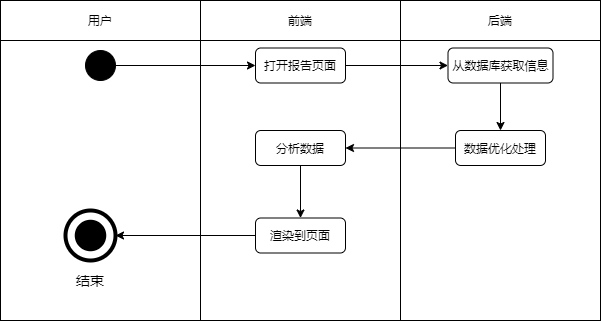
Before: user.bbs-report-show.active.drawio.png, a diagram exported from draw.io (Jater0/Graduation). Source tidied: cells renumbered, new cells last; positions are measured from the earlier drawing's top-left corner, leaving out a move shared by most shapes. Its diagram source:
```xml
<mxGraphModel>
  <root>
    <mxCell id="0" />
    <mxCell id="1" parent="0" />
    <mxCell id="2" style="rounded=0;whiteSpace=wrap;html=1;" parent="1" vertex="1">
      <mxGeometry x="400" y="40" width="200" height="280" as="geometry" />
    </mxCell>
    <mxCell id="3" style="rounded=0;whiteSpace=wrap;html=1;" parent="1" vertex="1">
      <mxGeometry y="40" width="200" height="280" as="geometry" />
    </mxCell>
    <mxCell id="4" style="rounded=0;whiteSpace=wrap;html=1;" parent="1" vertex="1">
      <mxGeometry x="200" y="40" width="200" height="280" as="geometry" />
    </mxCell>
    <mxCell id="5" value="用户" style="rounded=0;whiteSpace=wrap;html=1;" parent="1" vertex="1">
      <mxGeometry width="200" height="40" as="geometry" />
    </mxCell>
    <mxCell id="6" value="前端" style="rounded=0;whiteSpace=wrap;html=1;" parent="1" vertex="1">
      <mxGeometry x="200" width="200" height="40" as="geometry" />
    </mxCell>
    <mxCell id="7" value="后端" style="rounded=0;whiteSpace=wrap;html=1;" parent="1" vertex="1">
      <mxGeometry x="400" width="200" height="40" as="geometry" />
    </mxCell>
    <mxCell id="8" style="edgeStyle=orthogonalEdgeStyle;rounded=0;jettySize=auto;html=1;entryX=0;entryY=0.5;entryDx=0;entryDy=0;" parent="1" edge="1" source="9" target="11">
      <mxGeometry relative="1" as="geometry" />
    </mxCell>
    <mxCell id="9" style="ellipse;whiteSpace=wrap;html=1;background=black;strokeColor=#030303;fillColor=#000000;" parent="1" vertex="1">
      <mxGeometry x="85" y="50" width="30" height="30" as="geometry" />
    </mxCell>
    <mxCell id="10" style="edgeStyle=orthogonalEdgeStyle;rounded=0;jettySize=auto;html=1;exitX=1;exitY=0.5;exitDx=0;exitDy=0;entryX=0;entryY=0.5;entryDx=0;entryDy=0;" parent="1" edge="1" source="11" target="16">
      <mxGeometry relative="1" as="geometry" />
    </mxCell>
    <mxCell id="11" value="打开报告页面" style="rounded=1;whiteSpace=wrap;html=1;" parent="1" vertex="1">
      <mxGeometry x="255" y="47.5" width="90" height="35" as="geometry" />
    </mxCell>
    <mxCell id="12" style="ellipse;whiteSpace=wrap;html=1;rounded=1;strokeColor=#000000;strokeWidth=4;fillColor=none;gradientColor=none;fontSize=14;" parent="1" vertex="1">
      <mxGeometry x="65" y="210" width="50" height="50" as="geometry" />
    </mxCell>
    <mxCell id="13" style="ellipse;whiteSpace=wrap;html=1;rounded=1;strokeWidth=4;fontSize=14;fillColor=#000000;" parent="1" vertex="1">
      <mxGeometry x="76.2" y="221.2" width="27.5" height="27.5" as="geometry" />
    </mxCell>
    <mxCell id="14" value="结束" style="text;html=1;strokeColor=none;fillColor=none;align=center;verticalAlign=middle;whiteSpace=wrap;rounded=0;fontSize=14;" parent="1" vertex="1">
      <mxGeometry x="70" y="270" width="40" height="20" as="geometry" />
    </mxCell>
    <mxCell id="15" style="edgeStyle=orthogonalEdgeStyle;rounded=0;jettySize=auto;html=1;exitX=0.5;exitY=1;exitDx=0;exitDy=0;" parent="1" edge="1" source="16" target="18">
      <mxGeometry relative="1" as="geometry" />
    </mxCell>
    <mxCell id="16" value="从数据库获取信息" style="rounded=1;whiteSpace=wrap;html=1;" parent="1" vertex="1">
      <mxGeometry x="447.5" y="47.5" width="105" height="35" as="geometry" />
    </mxCell>
    <mxCell id="17" style="edgeStyle=orthogonalEdgeStyle;rounded=0;jettySize=auto;html=1;exitX=0;exitY=0.5;exitDx=0;exitDy=0;entryX=1;entryY=0.5;entryDx=0;entryDy=0;" parent="1" edge="1" source="18" target="20">
      <mxGeometry relative="1" as="geometry" />
    </mxCell>
    <mxCell id="18" value="数据优化处理" style="rounded=1;whiteSpace=wrap;html=1;" parent="1" vertex="1">
      <mxGeometry x="455" y="130" width="90" height="35" as="geometry" />
    </mxCell>
    <mxCell id="19" style="edgeStyle=orthogonalEdgeStyle;rounded=0;jettySize=auto;html=1;exitX=0.5;exitY=1;exitDx=0;exitDy=0;entryX=0.5;entryY=0;entryDx=0;entryDy=0;" parent="1" edge="1" source="20" target="22">
      <mxGeometry relative="1" as="geometry" />
    </mxCell>
    <mxCell id="20" value="分析数据" style="rounded=1;whiteSpace=wrap;html=1;" parent="1" vertex="1">
      <mxGeometry x="255" y="130" width="90" height="35" as="geometry" />
    </mxCell>
    <mxCell id="21" style="edgeStyle=orthogonalEdgeStyle;rounded=0;jettySize=auto;html=1;exitX=0;exitY=0.5;exitDx=0;exitDy=0;entryX=1;entryY=0.5;entryDx=0;entryDy=0;" parent="1" edge="1" source="22" target="12">
      <mxGeometry relative="1" as="geometry" />
    </mxCell>
    <mxCell id="22" value="渲染到页面" style="rounded=1;whiteSpace=wrap;html=1;" parent="1" vertex="1">
      <mxGeometry x="255" y="217.5" width="90" height="35" as="geometry" />
    </mxCell>
  </root>
</mxGraphModel>
```
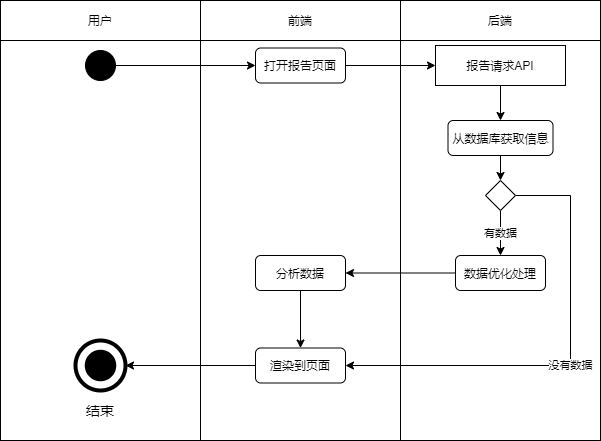
The same diagram one commit later.

The edit, as a diff of the source:
```diff
@@ -3,13 +3,13 @@
     <mxCell id="0" />
     <mxCell id="1" parent="0" />
     <mxCell id="2" style="rounded=0;whiteSpace=wrap;html=1;" parent="1" vertex="1">
-      <mxGeometry x="400" y="40" width="200" height="280" as="geometry" />
+      <mxGeometry x="400" y="40" width="200" height="400" as="geometry" />
     </mxCell>
     <mxCell id="3" style="rounded=0;whiteSpace=wrap;html=1;" parent="1" vertex="1">
-      <mxGeometry y="40" width="200" height="280" as="geometry" />
+      <mxGeometry y="40" width="200" height="400" as="geometry" />
     </mxCell>
     <mxCell id="4" style="rounded=0;whiteSpace=wrap;html=1;" parent="1" vertex="1">
-      <mxGeometry x="200" y="40" width="200" height="280" as="geometry" />
+      <mxGeometry x="200" y="40" width="200" height="400" as="geometry" />
     </mxCell>
     <mxCell id="5" value="用户" style="rounded=0;whiteSpace=wrap;html=1;" parent="1" vertex="1">
       <mxGeometry width="200" height="40" as="geometry" />
@@ -26,44 +26,64 @@
     <mxCell id="9" style="ellipse;whiteSpace=wrap;html=1;background=black;strokeColor=#030303;fillColor=#000000;" parent="1" vertex="1">
       <mxGeometry x="85" y="50" width="30" height="30" as="geometry" />
     </mxCell>
-    <mxCell id="10" style="edgeStyle=orthogonalEdgeStyle;rounded=0;jettySize=auto;html=1;exitX=1;exitY=0.5;exitDx=0;exitDy=0;entryX=0;entryY=0.5;entryDx=0;entryDy=0;" parent="1" edge="1" source="11" target="16">
-      <mxGeometry relative="1" as="geometry" />
-    </mxCell>
+    <mxCell id="23" style="edgeStyle=orthogonalEdgeStyle;rounded=0;jettySize=auto;html=1;exitX=1;exitY=0.5;exitDx=0;exitDy=0;entryX=0;entryY=0.5;entryDx=0;entryDy=0;" parent="1" edge="1" source="11" target="26">
+      <mxGeometry relative="1" as="geometry" />
+    </mxCell>
     <mxCell id="11" value="打开报告页面" style="rounded=1;whiteSpace=wrap;html=1;" parent="1" vertex="1">
       <mxGeometry x="255" y="47.5" width="90" height="35" as="geometry" />
     </mxCell>
     <mxCell id="12" style="ellipse;whiteSpace=wrap;html=1;rounded=1;strokeColor=#000000;strokeWidth=4;fillColor=none;gradientColor=none;fontSize=14;" parent="1" vertex="1">
-      <mxGeometry x="65" y="210" width="50" height="50" as="geometry" />
+      <mxGeometry x="75" y="340" width="50" height="50" as="geometry" />
     </mxCell>
     <mxCell id="13" style="ellipse;whiteSpace=wrap;html=1;rounded=1;strokeWidth=4;fontSize=14;fillColor=#000000;" parent="1" vertex="1">
-      <mxGeometry x="76.2" y="221.2" width="27.5" height="27.5" as="geometry" />
+      <mxGeometry x="86.2" y="351.2" width="27.5" height="27.5" as="geometry" />
     </mxCell>
     <mxCell id="14" value="结束" style="text;html=1;strokeColor=none;fillColor=none;align=center;verticalAlign=middle;whiteSpace=wrap;rounded=0;fontSize=14;" parent="1" vertex="1">
-      <mxGeometry x="70" y="270" width="40" height="20" as="geometry" />
+      <mxGeometry x="80" y="400" width="40" height="20" as="geometry" />
     </mxCell>
-    <mxCell id="15" style="edgeStyle=orthogonalEdgeStyle;rounded=0;jettySize=auto;html=1;exitX=0.5;exitY=1;exitDx=0;exitDy=0;" parent="1" edge="1" source="16" target="18">
-      <mxGeometry relative="1" as="geometry" />
-    </mxCell>
+    <mxCell id="24" style="edgeStyle=orthogonalEdgeStyle;rounded=0;jettySize=auto;html=1;exitX=0.5;exitY=1;exitDx=0;exitDy=0;entryX=0.5;entryY=0;entryDx=0;entryDy=0;" parent="1" edge="1" source="16" target="29">
+      <mxGeometry relative="1" as="geometry" />
+    </mxCell>
     <mxCell id="16" value="从数据库获取信息" style="rounded=1;whiteSpace=wrap;html=1;" parent="1" vertex="1">
-      <mxGeometry x="447.5" y="47.5" width="105" height="35" as="geometry" />
+      <mxGeometry x="447.5" y="120" width="105" height="35" as="geometry" />
     </mxCell>
     <mxCell id="17" style="edgeStyle=orthogonalEdgeStyle;rounded=0;jettySize=auto;html=1;exitX=0;exitY=0.5;exitDx=0;exitDy=0;entryX=1;entryY=0.5;entryDx=0;entryDy=0;" parent="1" edge="1" source="18" target="20">
       <mxGeometry relative="1" as="geometry" />
     </mxCell>
     <mxCell id="18" value="数据优化处理" style="rounded=1;whiteSpace=wrap;html=1;" parent="1" vertex="1">
-      <mxGeometry x="455" y="130" width="90" height="35" as="geometry" />
+      <mxGeometry x="455" y="255" width="90" height="35" as="geometry" />
     </mxCell>
     <mxCell id="19" style="edgeStyle=orthogonalEdgeStyle;rounded=0;jettySize=auto;html=1;exitX=0.5;exitY=1;exitDx=0;exitDy=0;entryX=0.5;entryY=0;entryDx=0;entryDy=0;" parent="1" edge="1" source="20" target="22">
       <mxGeometry relative="1" as="geometry" />
     </mxCell>
     <mxCell id="20" value="分析数据" style="rounded=1;whiteSpace=wrap;html=1;" parent="1" vertex="1">
-      <mxGeometry x="255" y="130" width="90" height="35" as="geometry" />
+      <mxGeometry x="255" y="255" width="90" height="35" as="geometry" />
     </mxCell>
     <mxCell id="21" style="edgeStyle=orthogonalEdgeStyle;rounded=0;jettySize=auto;html=1;exitX=0;exitY=0.5;exitDx=0;exitDy=0;entryX=1;entryY=0.5;entryDx=0;entryDy=0;" parent="1" edge="1" source="22" target="12">
       <mxGeometry relative="1" as="geometry" />
     </mxCell>
     <mxCell id="22" value="渲染到页面" style="rounded=1;whiteSpace=wrap;html=1;" parent="1" vertex="1">
-      <mxGeometry x="255" y="217.5" width="90" height="35" as="geometry" />
+      <mxGeometry x="255" y="347.5" width="90" height="35" as="geometry" />
     </mxCell>
+    <mxCell id="25" style="edgeStyle=orthogonalEdgeStyle;rounded=0;jettySize=auto;html=1;exitX=0.5;exitY=1;exitDx=0;exitDy=0;" parent="1" edge="1" source="26" target="16">
+      <mxGeometry relative="1" as="geometry" />
+    </mxCell>
+    <mxCell id="26" value="报告请求API" style="rounded=0;whiteSpace=wrap;html=1;" parent="1" vertex="1">
+      <mxGeometry x="435" y="45" width="130" height="40" as="geometry" />
+    </mxCell>
+    <mxCell id="27" value="有数据" style="edgeStyle=orthogonalEdgeStyle;rounded=0;jettySize=auto;html=1;exitX=0.5;exitY=1;exitDx=0;exitDy=0;entryX=0.5;entryY=0;entryDx=0;entryDy=0;" parent="1" edge="1" source="29" target="18">
+      <mxGeometry relative="1" as="geometry" />
+    </mxCell>
+    <mxCell id="28" value="没有数据" style="edgeStyle=orthogonalEdgeStyle;rounded=0;jettySize=auto;html=1;exitX=1;exitY=0.5;exitDx=0;exitDy=0;entryX=1;entryY=0.5;entryDx=0;entryDy=0;" parent="1" edge="1" source="29" target="22">
+      <mxGeometry relative="1" as="geometry">
+        <Array as="points">
+          <mxPoint x="570" y="195" />
+          <mxPoint x="570" y="365" />
+        </Array>
+      </mxGeometry>
+    </mxCell>
+    <mxCell id="29" style="rhombus;whiteSpace=wrap;html=1;" parent="1" vertex="1">
+      <mxGeometry x="485" y="180" width="30" height="30" as="geometry" />
+    </mxCell>
   </root>
 </mxGraphModel>
```
